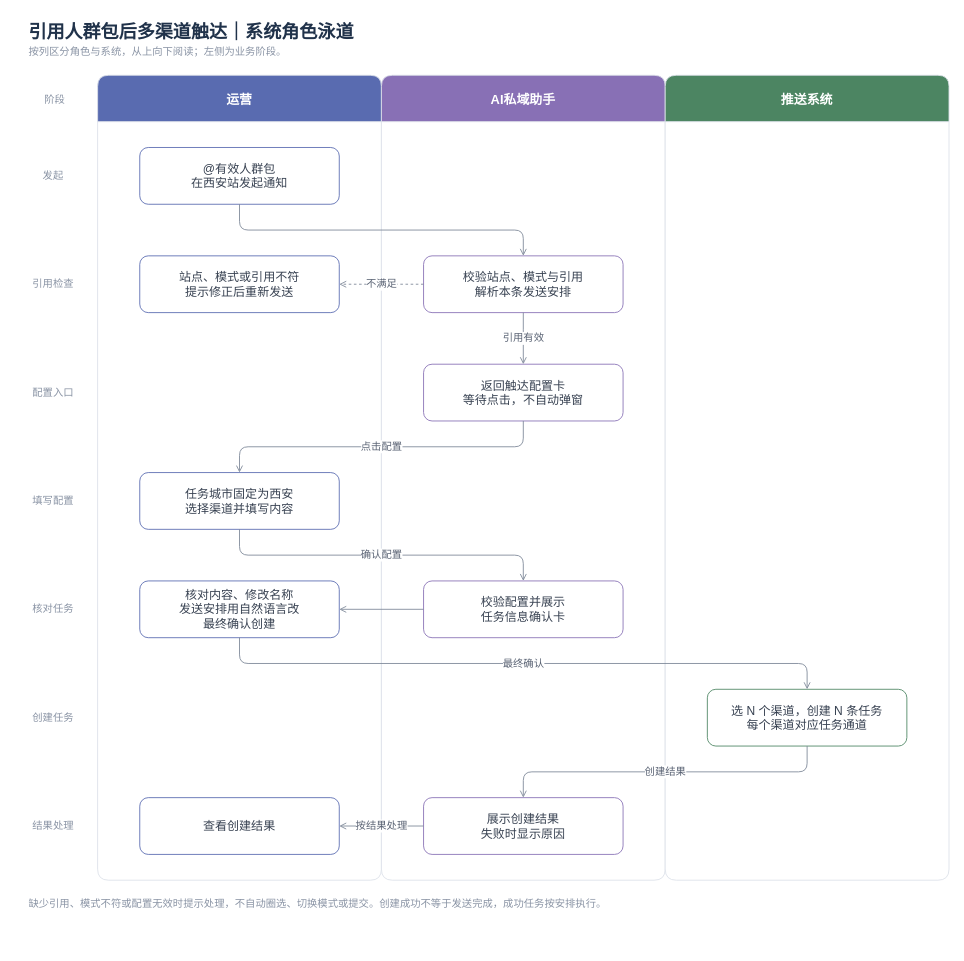
Earlier version of the draw.io diagram page "引用人群包后多渠道触达｜系统角色泳道" (2 of 3) of message-notifications/消息通知-角色与系统业务流程.drawio (JZT-AI/ai-proactive-activation). Source tidied: cells renumbered, new cells numbered last; positions are measured from the earlier drawing's top-left corner, leaving out a move shared by most shapes. Both pictures are drawn from the tidied source at 86%, with x=0, y=0 at pixel (15, 15).
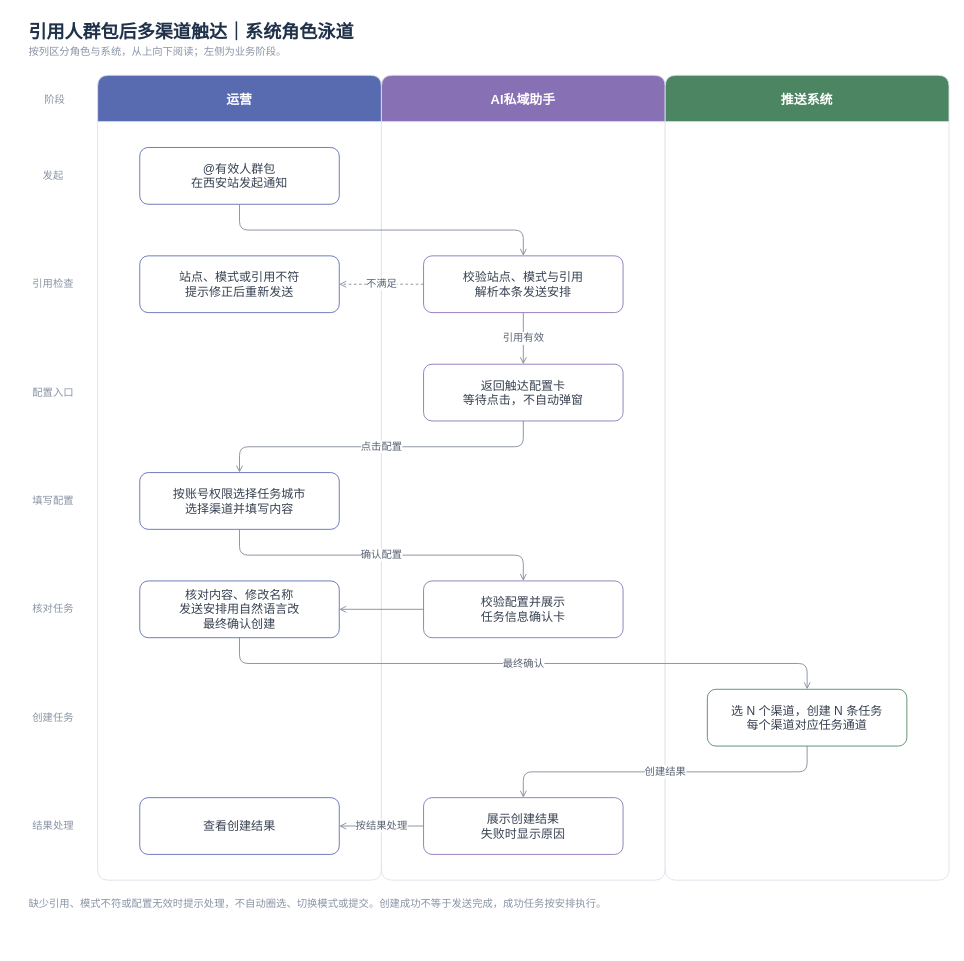
After the change.

The change refers to these unchanged cells:
```xml
<mxCell id="5" value="运营" style="swimlane;horizontal=1;startSize=54;rounded=1;arcSize=8;fillColor=#596bb0;swimlaneFillColor=#ffffff;strokeColor=#dce1e9;fontColor=#ffffff;fontSize=15;fontStyle=1;" parent="1" vertex="1">
  <mxGeometry x="96" y="70" width="330" height="936" as="geometry" />
</mxCell>
```

Diff of the diagram source:
```diff
@@
-    <mxCell id="18" value="任务城市固定为西安&lt;br&gt;选择渠道并填写内容" style="rounded=1;whiteSpace=wrap;html=1;fillColor=#ffffff;strokeColor=#596bb0;strokeWidth=1;fontColor=#374151;fontSize=14;spacing=8;" parent="5" vertex="1">
+    <mxCell id="18" value="按账号权限选择任务城市&lt;br&gt;选择渠道并填写内容" style="rounded=1;whiteSpace=wrap;html=1;fillColor=#ffffff;strokeColor=#596bb0;strokeWidth=1;fontColor=#374151;fontSize=14;spacing=8;" parent="5" vertex="1">
       <mxGeometry x="49" y="462" width="232" height="66" as="geometry" />
     </mxCell>
```
